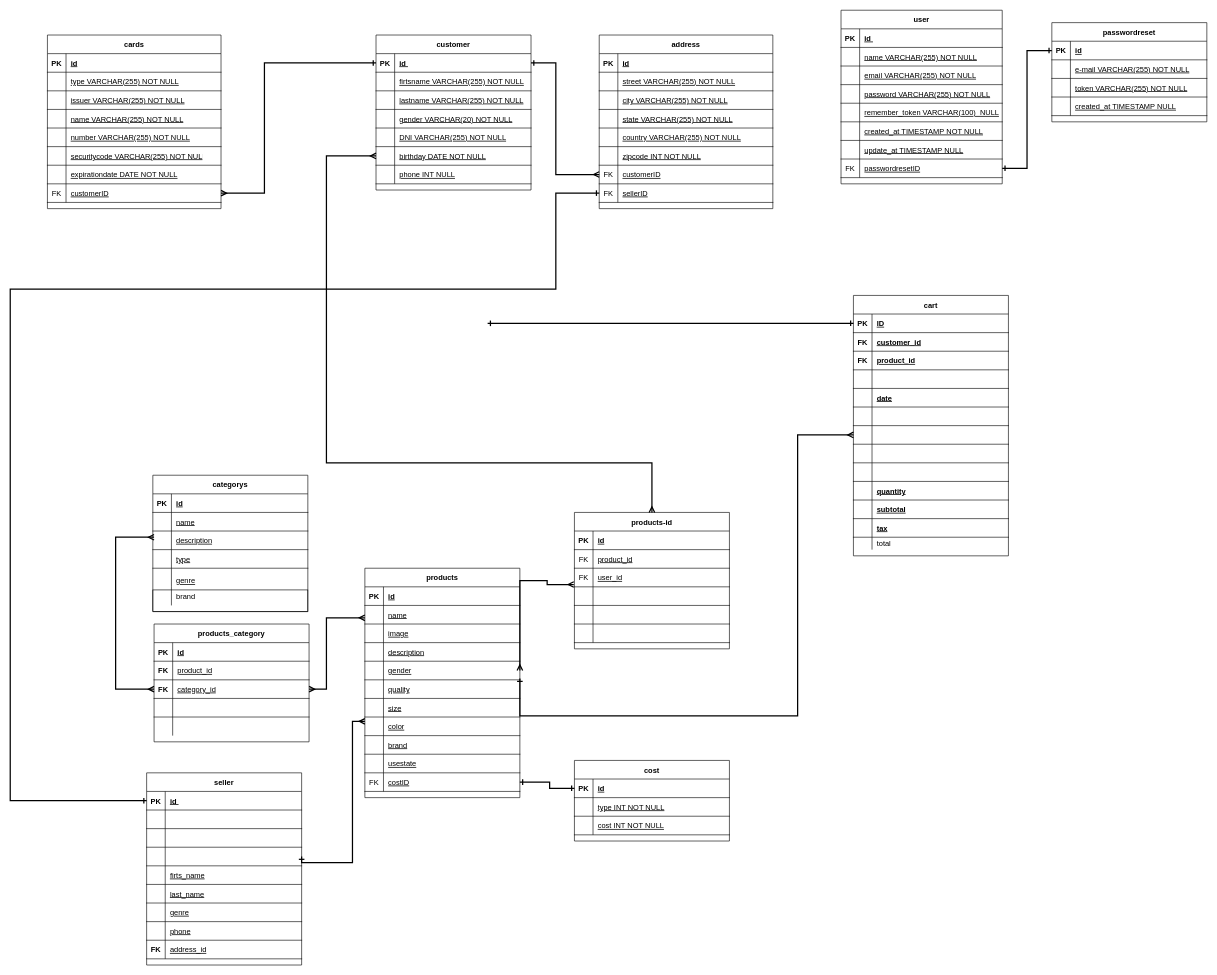
Earlier version of the draw.io diagram Untitled Diagram.drawio (canetemauricio/equipo11). Source tidied: cells renumbered, new cells numbered last; positions are measured from the earlier drawing's top-left corner, leaving out a move shared by most shapes. Both pictures are drawn from the tidied source at 62%, with x=0, y=0 at pixel (10, 10).
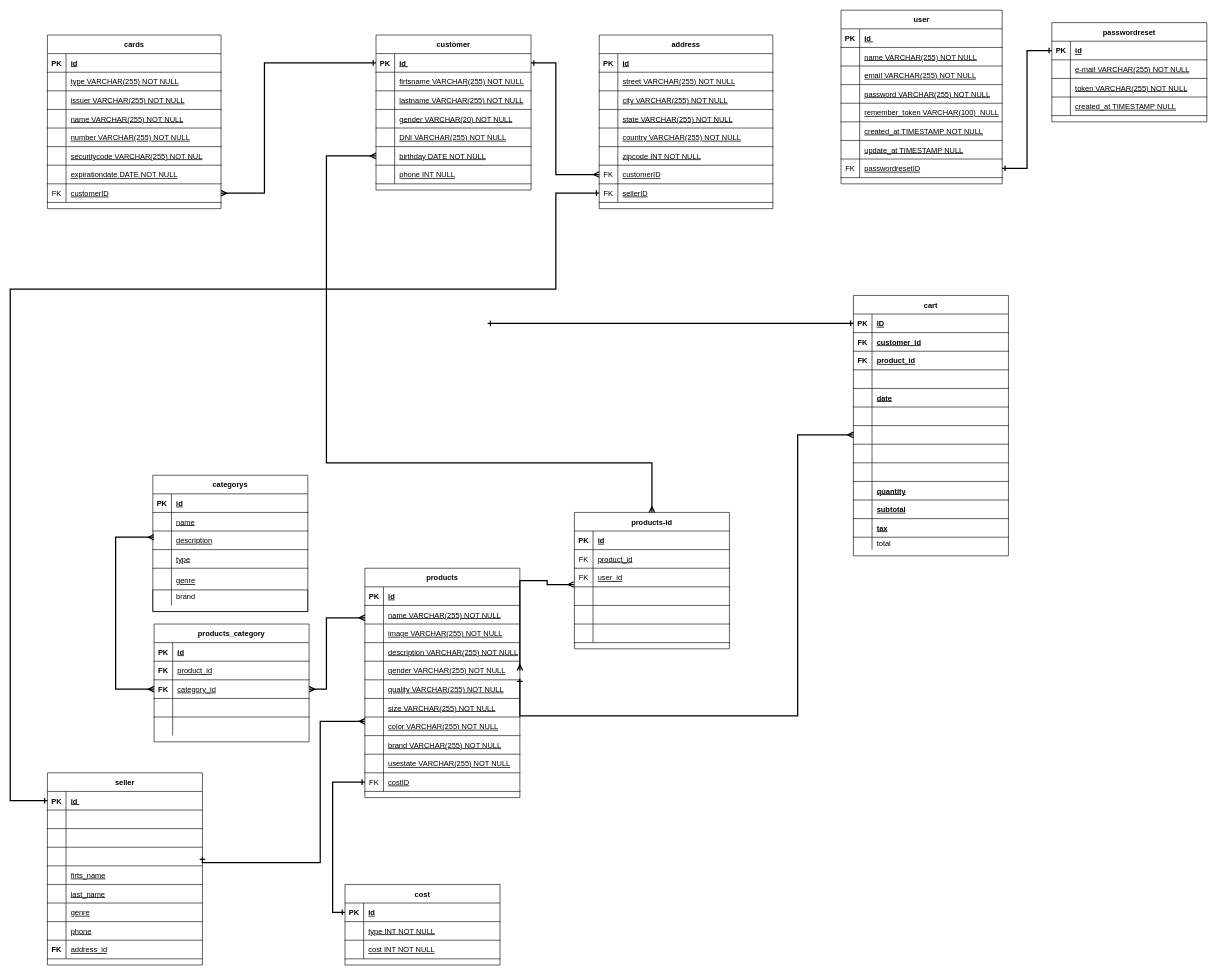
Above is the later version.

Unchanged cells that the change refers to:
```xml
<mxCell id="29" style="shape=partialRectangle;fillColor=none;top=0;left=0;right=0;bottom=1;" parent="25" vertex="1">
  <mxGeometry y="60" width="250" height="30" as="geometry" />
</mxCell>
<mxCell id="32" style="shape=partialRectangle;fillColor=none;top=0;left=0;right=0;bottom=1;fontStyle=0;" parent="25" vertex="1">
  <mxGeometry y="90" width="250" height="30" as="geometry" />
</mxCell>
<mxCell id="35" style="shape=partialRectangle;fillColor=none;top=0;left=0;right=0;bottom=1;fontStyle=0;" parent="25" vertex="1">
  <mxGeometry y="120" width="250" height="30" as="geometry" />
</mxCell>
<mxCell id="38" style="shape=partialRectangle;fillColor=none;points=[[0,0.5],[1,0.5]];portConstraint=eastwest;top=0;left=0;right=0;bottom=1;fontStyle=0;" parent="25" vertex="1">
  <mxGeometry y="150" width="250" height="30" as="geometry" />
</mxCell>
<mxCell id="41" style="shape=partialRectangle;fillColor=none;points=[[0,0.5],[1,0.5]];portConstraint=eastwest;top=0;left=0;right=0;bottom=1;fontStyle=0;" parent="25" vertex="1">
  <mxGeometry y="180" width="250" height="30" as="geometry" />
</mxCell>
<mxCell id="44" style="shape=partialRectangle;fillColor=none;top=0;left=0;right=0;bottom=1;fontStyle=0;" parent="25" vertex="1">
  <mxGeometry y="210" width="250" height="30" as="geometry" />
</mxCell>
<mxCell id="47" style="shape=partialRectangle;fillColor=none;top=0;left=0;right=0;bottom=1;fontStyle=0;" parent="25" vertex="1">
  <mxGeometry y="240" width="250" height="30" as="geometry" />
</mxCell>
<mxCell id="50" style="shape=partialRectangle;fillColor=none;top=0;left=0;right=0;bottom=1;fontStyle=0;" parent="25" vertex="1">
  <mxGeometry y="270" width="250" height="30" as="geometry" />
</mxCell>
<mxCell id="53" style="shape=partialRectangle;fillColor=none;top=0;left=0;right=0;bottom=1;fontStyle=0;" parent="25" vertex="1">
  <mxGeometry y="300" width="250" height="30" as="geometry" />
</mxCell>
<mxCell id="56" style="shape=partialRectangle;fillColor=none;points=[[0,0.5],[1,0.5]];portConstraint=eastwest;top=0;left=0;right=0;bottom=1;fontStyle=0;" parent="25" vertex="1">
  <mxGeometry y="330" width="250" height="30" as="geometry" />
</mxCell>
<mxCell id="226" style="shape=partialRectangle;fillColor=none;points=[[0,0.5],[1,0.5]];portConstraint=eastwest;top=0;left=0;right=0;bottom=1;fontStyle=0;" parent="216" vertex="1">
  <mxGeometry y="120" width="250" height="30" as="geometry" />
</mxCell>
<mxCell id="285" style="shape=partialRectangle;fillColor=none;points=[[0,0.5],[1,0.5]];portConstraint=eastwest;top=0;left=0;right=0;bottom=1;" parent="284" vertex="1">
  <mxGeometry y="30" width="250" height="30" as="geometry" />
</mxCell>
```

The edit, as a diff of the source:
```diff
@@
-    <mxCell id="31" value="name" style="shape=partialRectangle;overflow=hidden;fillColor=none;top=0;left=0;bottom=0;right=0;align=left;spacingLeft=6;fontStyle=4;" parent="29" vertex="1">
+    <mxCell id="31" value="name VARCHAR(255) NOT NULL" style="shape=partialRectangle;overflow=hidden;fillColor=none;top=0;left=0;bottom=0;right=0;align=left;spacingLeft=6;fontStyle=4;" parent="29" vertex="1">
       <mxGeometry x="30" width="220" height="30" as="geometry" />
     </mxCell>
@@
-    <mxCell id="34" value="image" style="shape=partialRectangle;overflow=hidden;fillColor=none;top=0;left=0;bottom=0;right=0;align=left;spacingLeft=6;fontStyle=4;" parent="32" vertex="1">
+    <mxCell id="34" value="image VARCHAR(255) NOT NULL" style="shape=partialRectangle;overflow=hidden;fillColor=none;top=0;left=0;bottom=0;right=0;align=left;spacingLeft=6;fontStyle=4;" parent="32" vertex="1">
       <mxGeometry x="30" width="220" height="30" as="geometry" />
     </mxCell>
@@
-    <mxCell id="37" value="description" style="shape=partialRectangle;overflow=hidden;fillColor=none;top=0;left=0;bottom=0;right=0;align=left;spacingLeft=6;fontStyle=4;" parent="35" vertex="1">
+    <mxCell id="37" value="description VARCHAR(255) NOT NULL" style="shape=partialRectangle;overflow=hidden;fillColor=none;top=0;left=0;bottom=0;right=0;align=left;spacingLeft=6;fontStyle=4;" parent="35" vertex="1">
       <mxGeometry x="30" width="220" height="30" as="geometry" />
     </mxCell>
@@
-    <mxCell id="40" value="gender" style="shape=partialRectangle;overflow=hidden;fillColor=none;top=0;left=0;bottom=0;right=0;align=left;spacingLeft=6;fontStyle=4;" parent="38" vertex="1">
+    <mxCell id="40" value="gender VARCHAR(255) NOT NULL" style="shape=partialRectangle;overflow=hidden;fillColor=none;top=0;left=0;bottom=0;right=0;align=left;spacingLeft=6;fontStyle=4;" parent="38" vertex="1">
       <mxGeometry x="30" width="220" height="30" as="geometry" />
     </mxCell>
@@
-    <mxCell id="43" value="quality" style="shape=partialRectangle;overflow=hidden;fillColor=none;top=0;left=0;bottom=0;right=0;align=left;spacingLeft=6;fontStyle=4;" parent="41" vertex="1">
+    <mxCell id="43" value="quality VARCHAR(255) NOT NULL" style="shape=partialRectangle;overflow=hidden;fillColor=none;top=0;left=0;bottom=0;right=0;align=left;spacingLeft=6;fontStyle=4;" parent="41" vertex="1">
       <mxGeometry x="30" width="220" height="30" as="geometry" />
     </mxCell>
@@
-    <mxCell id="46" value="size" style="shape=partialRectangle;overflow=hidden;fillColor=none;top=0;left=0;bottom=0;right=0;align=left;spacingLeft=6;fontStyle=4;" parent="44" vertex="1">
+    <mxCell id="46" value="size VARCHAR(255) NOT NULL" style="shape=partialRectangle;overflow=hidden;fillColor=none;top=0;left=0;bottom=0;right=0;align=left;spacingLeft=6;fontStyle=4;" parent="44" vertex="1">
       <mxGeometry x="30" width="220" height="30" as="geometry" />
     </mxCell>
@@
-    <mxCell id="49" value="color" style="shape=partialRectangle;overflow=hidden;fillColor=none;top=0;left=0;bottom=0;right=0;align=left;spacingLeft=6;fontStyle=4;" parent="47" vertex="1">
+    <mxCell id="49" value="color VARCHAR(255) NOT NULL" style="shape=partialRectangle;overflow=hidden;fillColor=none;top=0;left=0;bottom=0;right=0;align=left;spacingLeft=6;fontStyle=4;" parent="47" vertex="1">
       <mxGeometry x="30" width="220" height="30" as="geometry" />
     </mxCell>
@@
-    <mxCell id="52" value="brand" style="shape=partialRectangle;overflow=hidden;fillColor=none;top=0;left=0;bottom=0;right=0;align=left;spacingLeft=6;fontStyle=4;" parent="50" vertex="1">
+    <mxCell id="52" value="brand VARCHAR(255) NOT NULL" style="shape=partialRectangle;overflow=hidden;fillColor=none;top=0;left=0;bottom=0;right=0;align=left;spacingLeft=6;fontStyle=4;" parent="50" vertex="1">
       <mxGeometry x="30" width="220" height="30" as="geometry" />
     </mxCell>
@@
-    <mxCell id="55" value="usestate" style="shape=partialRectangle;overflow=hidden;fillColor=none;top=0;left=0;bottom=0;right=0;align=left;spacingLeft=6;fontStyle=4;" parent="53" vertex="1">
+    <mxCell id="55" value="usestate VARCHAR(255) NOT NULL" style="shape=partialRectangle;overflow=hidden;fillColor=none;top=0;left=0;bottom=0;right=0;align=left;spacingLeft=6;fontStyle=4;" parent="53" vertex="1">
       <mxGeometry x="30" width="220" height="30" as="geometry" />
     </mxCell>
@@
     <mxCell id="216" value="seller" style="shape=table;startSize=30;childLayout=tableLayout;rowLines=0;fontStyle=1;align=center;" parent="1" vertex="1">
-      <mxGeometry x="220" y="1230" width="250" height="310" as="geometry" />
+      <mxGeometry x="60" y="1230" width="250" height="310" as="geometry" />
     </mxCell>
@@
     <mxCell id="244" style="edgeStyle=orthogonalEdgeStyle;rounded=0;jettySize=auto;html=1;startArrow=ERmany;startFill=0;endArrow=ERone;endFill=0;strokeWidth=2;entryX=1;entryY=0.5;entryDx=0;entryDy=0;" parent="1" edge="1" target="226">
       <mxGeometry relative="1" as="geometry">
         <mxPoint x="572" y="1147" as="sourcePoint" />
         <Array as="points">
-          <mxPoint x="552" y="1147" />
-          <mxPoint x="552" y="1375" />
+          <mxPoint x="500" y="1147" />
+          <mxPoint x="500" y="1375" />
+          <mxPoint x="310" y="1375" />
         </Array>
       </mxGeometry>
     </mxCell>
@@
     <mxCell id="284" value="cost" style="shape=table;startSize=30;childLayout=tableLayout;rowLines=0;fontStyle=1;align=center;" parent="1" vertex="1">
-      <mxGeometry x="910" y="1210" width="250" height="130" as="geometry" />
+      <mxGeometry x="540" y="1410" width="250" height="130" as="geometry" />
     </mxCell>
@@
-    <mxCell id="294" style="edgeStyle=orthogonalEdgeStyle;rounded=0;jettySize=auto;html=1;entryX=1;entryY=0.5;entryDx=0;entryDy=0;startArrow=ERone;startFill=0;endArrow=ERone;endFill=0;strokeWidth=2;exitX=0;exitY=0.5;exitDx=0;exitDy=0;" parent="1" edge="1" source="285" target="56">
+    <mxCell id="294" style="edgeStyle=orthogonalEdgeStyle;rounded=0;jettySize=auto;html=1;entryX=0;entryY=0.5;entryDx=0;entryDy=0;startArrow=ERone;startFill=0;endArrow=ERone;endFill=0;strokeWidth=2;exitX=0;exitY=0.5;exitDx=0;exitDy=0;" parent="1" edge="1" source="285" target="56">
       <mxGeometry relative="1" as="geometry">
         <Array as="points">
-          <mxPoint x="870" y="1255" />
-          <mxPoint x="870" y="1245" />
+          <mxPoint x="520" y="1455" />
+          <mxPoint x="520" y="1245" />
         </Array>
       </mxGeometry>
     </mxCell>
```
